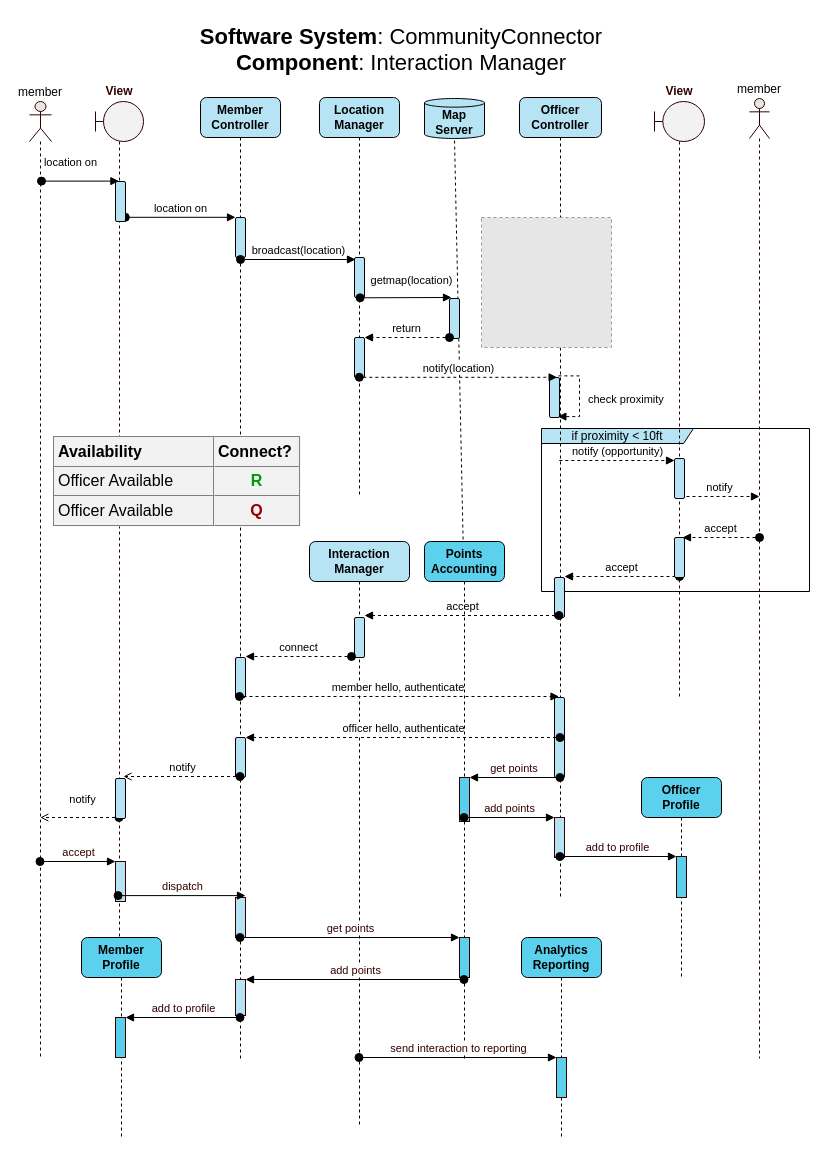
Above: page "Sequence Diagram Proposed" (1 of 5) of Solution/Interaction Manager/Community Connector - Interaction Manager - Sequence Diagram.drawio in ITDependsQ42022/Hey-Blue (draw.io), before the change. Source tidied: cells renumbered, new cells numbered last; positions are measured from the earlier drawing's top-left corner, leaving out a move shared by most shapes. Both pictures are drawn from the tidied source at 100%, with x=0, y=0 at pixel (29, 17). Pictures stored in the file or linked from it are replaced by grey dashed boxes.
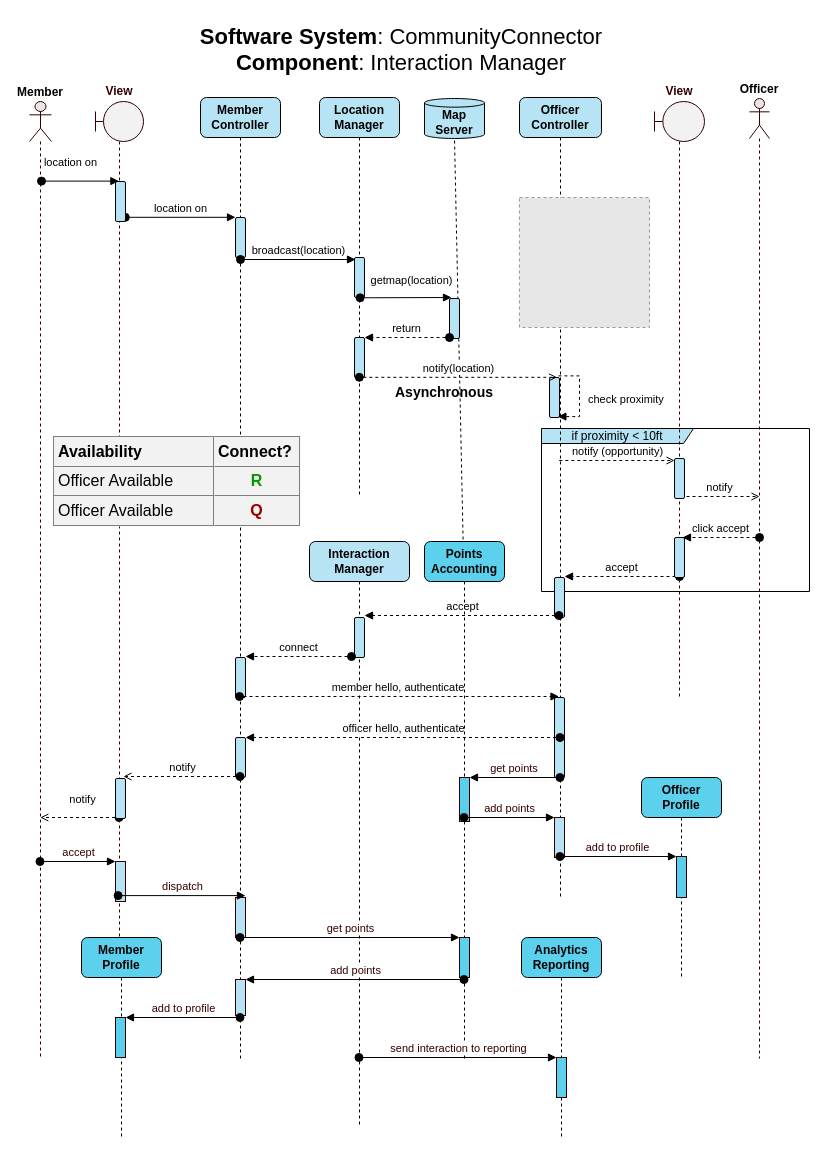
The same diagram, later.

Unchanged cells that the change refers to:
```xml
<mxCell id="15" value="&lt;b&gt;Officer&lt;br&gt;Controller&lt;/b&gt;" style="shape=umlLifeline;perimeter=lifelinePerimeter;whiteSpace=wrap;html=1;outlineConnect=0;rounded=1;fillColor=#B7E4F4;" parent="1" vertex="1">
  <mxGeometry x="490" y="80" width="82" height="800" as="geometry" />
</mxCell>
```

Diff of the diagram source:
```diff
@@
-    <mxCell id="3" value="member" style="shape=umlLifeline;participant=umlActor;perimeter=lifelinePerimeter;whiteSpace=wrap;html=1;verticalAlign=bottom;spacingTop=36;shadow=0;sketch=0;fontFamily=Helvetica;fontSize=12;fillColor=#E6E6E6;strokeColor=#330000;labelPosition=center;verticalLabelPosition=top;align=center;" parent="1" vertex="1">
+    <mxCell id="3" value="Officer" style="shape=umlLifeline;participant=umlActor;perimeter=lifelinePerimeter;whiteSpace=wrap;html=1;verticalAlign=bottom;spacingTop=36;shadow=0;sketch=0;fontFamily=Helvetica;fontSize=12;fillColor=#E6E6E6;strokeColor=#330000;labelPosition=center;verticalLabelPosition=top;align=center;fontStyle=1;" parent="1" vertex="1">
       <mxGeometry x="720" y="81" width="20" height="960" as="geometry" />
     </mxCell>
-    <mxCell id="4" value="member" style="shape=umlLifeline;participant=umlActor;perimeter=lifelinePerimeter;whiteSpace=wrap;html=1;verticalAlign=bottom;spacingTop=36;outlineConnect=0;shadow=0;sketch=0;fontFamily=Helvetica;fontSize=12;fillColor=#E6E6E6;strokeColor=#330000;labelPosition=center;verticalLabelPosition=top;align=center;" parent="1" vertex="1">
+    <mxCell id="4" value="Member" style="shape=umlLifeline;participant=umlActor;perimeter=lifelinePerimeter;whiteSpace=wrap;html=1;verticalAlign=bottom;spacingTop=36;outlineConnect=0;shadow=0;sketch=0;fontFamily=Helvetica;fontSize=12;fillColor=#E6E6E6;strokeColor=#330000;labelPosition=center;verticalLabelPosition=top;align=center;fontStyle=1;" parent="1" vertex="1">
       <mxGeometry y="84" width="22" height="957" as="geometry" />
     </mxCell>
@@
     <mxCell id="20" style="fillColor=#E6E6E6;strokeColor=#999999;dashed=1;" parent="15" vertex="1">
-      <mxGeometry x="-38" y="120" width="130" height="130" as="geometry" />
+      <mxGeometry y="100" width="130" height="130" as="geometry" />
     </mxCell>
@@
-    <mxCell id="29" value="notify(location)" style="html=1;verticalAlign=bottom;startArrow=oval;endArrow=block;startSize=8;rounded=0;dashed=1;entryX=0.262;entryY=-0.006;entryDx=0;entryDy=0;entryPerimeter=0;" parent="1" edge="1">
+    <mxCell id="29" value="notify(location)" style="html=1;verticalAlign=bottom;startArrow=oval;endArrow=open;startSize=8;rounded=0;dashed=1;entryX=0.262;entryY=-0.006;entryDx=0;entryDy=0;entryPerimeter=0;endFill=0;" parent="1" edge="1">
       <mxGeometry relative="1" as="geometry">
         <mxPoint x="329.8" y="359.8" as="sourcePoint" />
         <mxPoint x="527.6" y="359.8" as="targetPoint" />
       </mxGeometry>
     </mxCell>
-    <mxCell id="30" value="notify (opportunity)" style="html=1;verticalAlign=bottom;endArrow=block;entryX=0;entryY=0;rounded=0;dashed=1;" parent="1" edge="1">
+    <mxCell id="30" value="notify (opportunity)" style="html=1;verticalAlign=bottom;endArrow=open;entryX=0;entryY=0;rounded=0;dashed=1;endFill=0;" parent="1" edge="1">
       <mxGeometry relative="1" as="geometry">
         <mxPoint x="529.8" y="443" as="sourcePoint" />
         <mxPoint x="645" y="443" as="targetPoint" />
       </mxGeometry>
     </mxCell>
-    <mxCell id="31" value="notify" style="html=1;verticalAlign=bottom;endArrow=block;rounded=0;dashed=1;" parent="1" edge="1">
+    <mxCell id="31" value="notify" style="html=1;verticalAlign=bottom;endArrow=open;rounded=0;dashed=1;endFill=0;" parent="1" edge="1">
       <mxGeometry x="0.06" relative="1" as="geometry">
         <mxPoint x="645" y="479" as="sourcePoint" />
         <mxPoint x="730" y="479" as="targetPoint" />
       </mxGeometry>
     </mxCell>
@@
-    <mxCell id="42" value="accept" style="html=1;verticalAlign=bottom;startArrow=oval;endArrow=block;startSize=8;rounded=0;dashed=1;" parent="1" edge="1">
+    <mxCell id="42" value="click accept" style="html=1;verticalAlign=bottom;startArrow=oval;endArrow=block;startSize=8;rounded=0;dashed=1;" parent="1" edge="1">
       <mxGeometry relative="1" as="geometry">
         <mxPoint x="730" y="520" as="sourcePoint" />
         <mxPoint x="653" y="520" as="targetPoint" />
       </mxGeometry>
     </mxCell>
@@
+    <mxCell id="71" value="&lt;b&gt;&lt;font style=&quot;font-size: 14px;&quot;&gt;Asynchronous&lt;/font&gt;&lt;/b&gt;" style="text;html=1;strokeColor=none;fillColor=none;align=center;verticalAlign=middle;whiteSpace=wrap;rounded=0;" parent="1" vertex="1">
+      <mxGeometry x="355" y="360" width="120" height="30" as="geometry" />
+    </mxCell>
```
